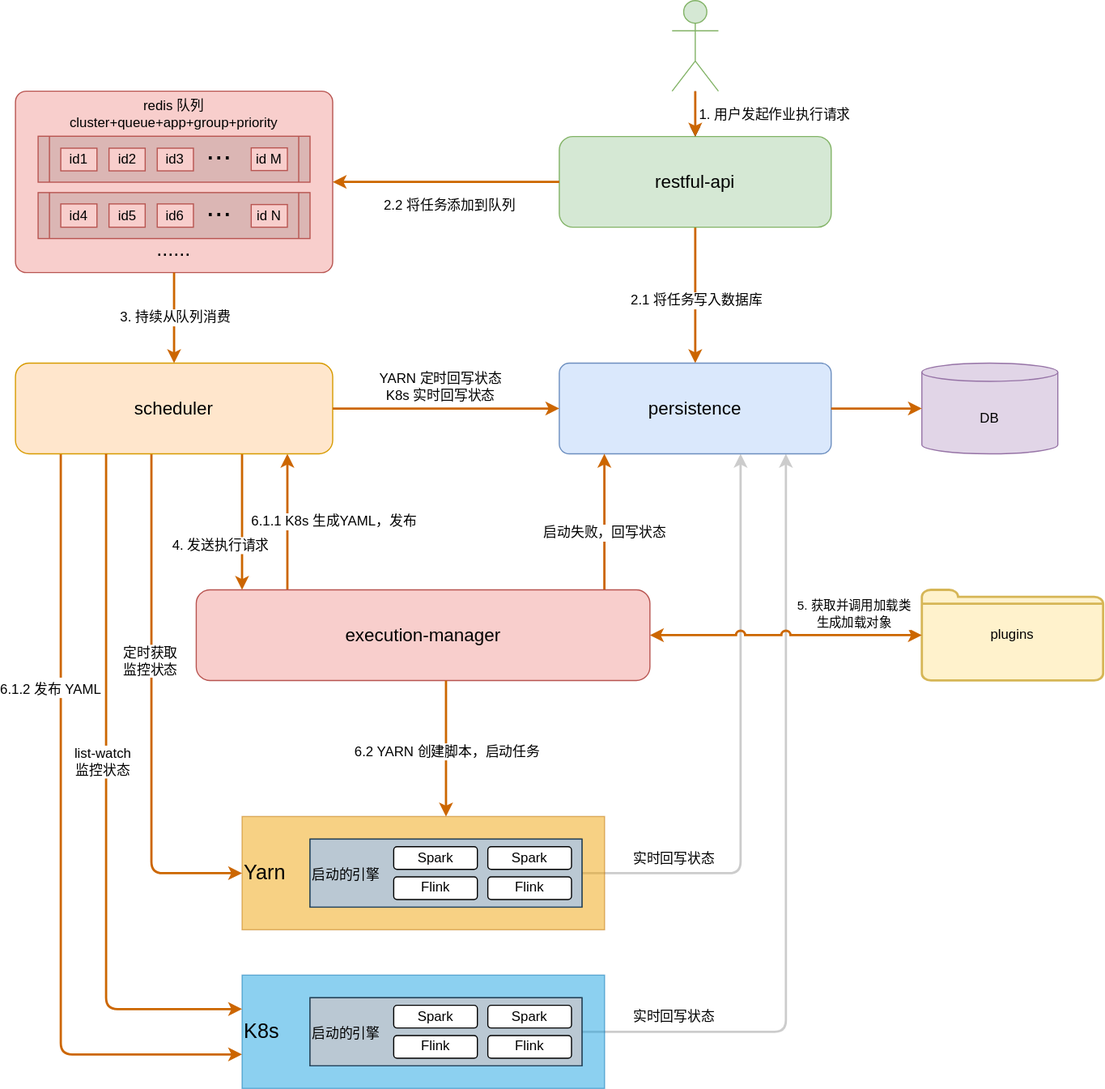
This is doc/assets/img/engine_execution.svg from rarexixi/maple, a draw.io export, as it was before one commit. Source tidied: cells renumbered, new cells last; positions are measured from the earlier drawing's top-left corner, leaving out a move shared by most shapes.
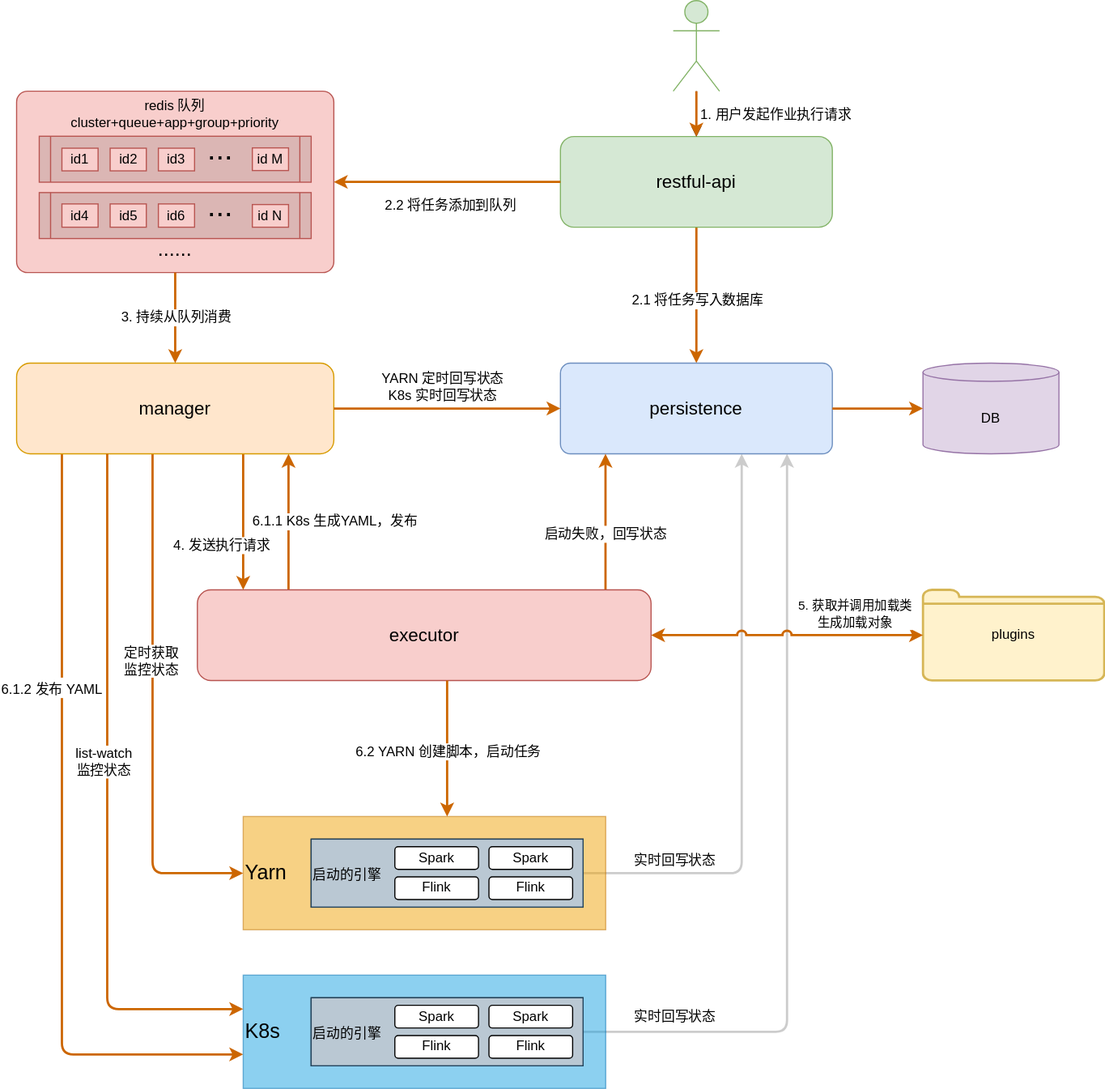
After the commit.

Diff of the diagram source:
```diff
@@ -121,7 +121,7 @@
         <mxPoint x="42" y="6" as="offset" />
       </mxGeometry>
     </mxCell>
-    <mxCell id="28" value="&lt;p style=&quot;font-size: 16px;&quot;&gt;execution-manager&lt;br style=&quot;font-size: 16px;&quot;&gt;&lt;/p&gt;" style="rounded=1;whiteSpace=wrap;html=1;fontSize=16;fillColor=#f8cecc;strokeColor=#b85450;" parent="1" vertex="1">
+    <mxCell id="28" value="&lt;p style=&quot;font-size: 16px;&quot;&gt;executor&lt;br style=&quot;font-size: 16px;&quot;&gt;&lt;/p&gt;" style="rounded=1;whiteSpace=wrap;html=1;fontSize=16;fillColor=#f8cecc;strokeColor=#b85450;" parent="1" vertex="1">
       <mxGeometry x="159.6" y="520" width="400.4" height="80" as="geometry" />
     </mxCell>
     <mxCell id="29" style="edgeStyle=elbowEdgeStyle;html=1;strokeWidth=2;strokeColor=#CC6600;" parent="1" edge="1" source="33" target="28">
@@ -154,7 +154,7 @@
         <mxPoint x="-10" y="14" as="offset" />
       </mxGeometry>
     </mxCell>
-    <mxCell id="33" value="&lt;p style=&quot;font-size: 16px;&quot;&gt;scheduler&lt;/p&gt;" style="rounded=1;whiteSpace=wrap;html=1;fillColor=#ffe6cc;strokeColor=#d79b00;fontSize=16;" parent="1" vertex="1">
+    <mxCell id="33" value="&lt;p style=&quot;font-size: 16px;&quot;&gt;manager&lt;/p&gt;" style="rounded=1;whiteSpace=wrap;html=1;fillColor=#ffe6cc;strokeColor=#d79b00;fontSize=16;" parent="1" vertex="1">
       <mxGeometry y="320" width="280" height="80" as="geometry" />
     </mxCell>
     <mxCell id="34" style="edgeStyle=orthogonalEdgeStyle;html=1;fontSize=12;strokeWidth=2;strokeColor=#CC6600;" parent="1" edge="1" source="35" target="14">
```
